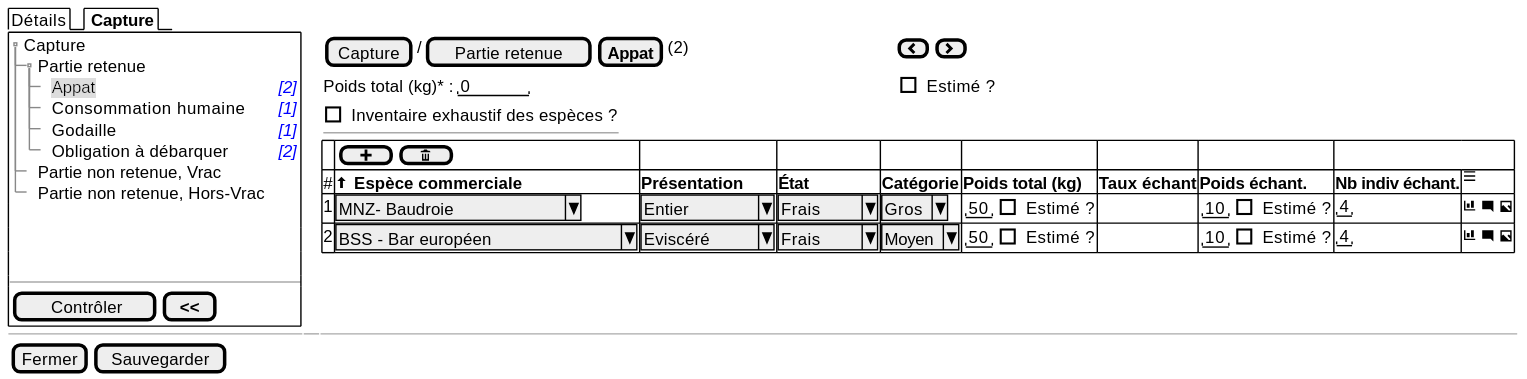
sumaris-net/sumaris-doc keeps this PlantUML diagram as projects/obsmer/spe/images/batch/batch-tree-PR-BAI.svg. Above is the earlier version. Its source is kept beside it as projects/obsmer/spe/images/batch/batch-tree-PR-BAI.puml.
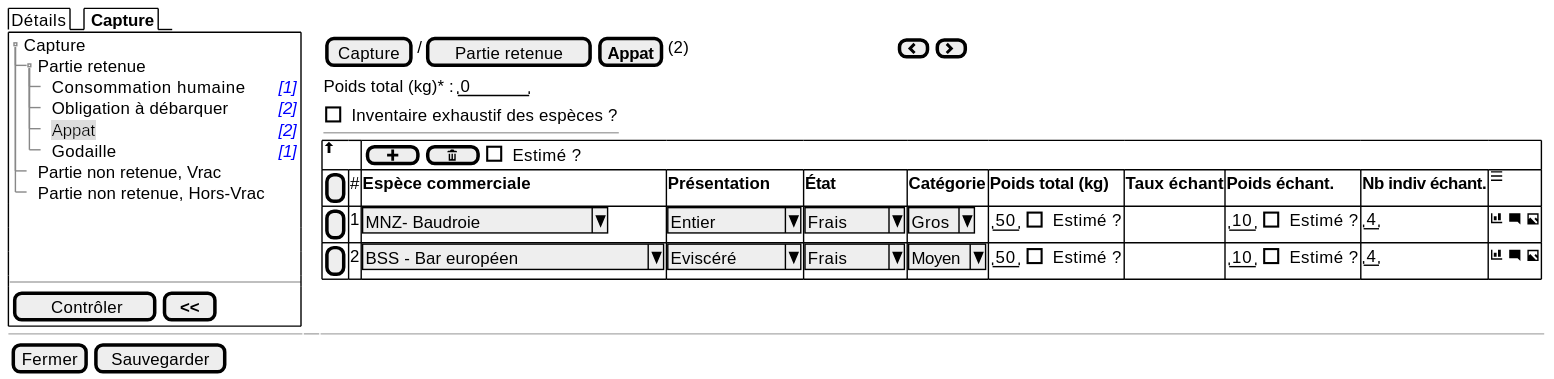
Later version of the same file.

Change to the diagram source:
```diff
@@ -5,10 +5,10 @@
    {T
        + Capture
        ++ Partie retenue
+       +++ Consommation humaine | <i><color:blue>[1]
+       +++ Obligation à débarquer| <i><color:blue>[2]
        +++ <back:#DDD>Appat | <i><color:blue>[2]
-       +++ Consommation humaine | <i><color:blue>[1]
        +++ Godaille | <i><color:blue>[1]
-       +++ Obligation à débarquer| <i><color:blue>[2]
        ++ Partie non retenue, Vrac
        ++ Partie non retenue, Hors-Vrac
    }
@@ -22,7 +22,7 @@
   } | . | {
     { [Capture] | / | [Partie retenue] | [<b>Appat]| (2) | . | . | . | . | . | . | . | . | . | . | . | . | . | . | . | . | . | . | . | . | . | . | . | . | . | . | . | . | . |  { [<&chevron-left>] | [<&chevron-right>] }}
 
-    {Poids total (kg)* : | " 0    " | . | . | . | . | . | . | . | . | . | . | . | . | . | . | . | . | . | . | . | . | . | . | . | . | . | . | . | . | . | . | . | . | . | . | . | . | . | . | . | . | . | . | . | . |. |. |. |. |. |. |. |. | [ ] Estimé ?}
+    {Poids total (kg)* : | " 0    " }
 
     { [ ] Inventaire exhaustif des espèces ?
     ---
@@ -30,10 +30,10 @@
 
 
     {#
-          . | {[ <&plus> ] | [ <&trash> ] } | . | . | . | . | . | .
-          # | <&arrow-thick-top> <b>Espèce commerciale  | <b>Présentation | <b>État | <b>Catégorie | <b>Poids total (kg)     |  <b>Taux échant  | <b>Poids échant. | <b>Nb indiv échant. | <&menu>
-          1 | ^MNZ- Baudroie       ^ | ^ Entier   ^ | ^ Frais ^ | ^Gros^ | { "50" | [ ] Estimé ? } | .   |   { "10" | [ ] Estimé ? }          | "4" | <&bar-chart> <&comment-square> <&image>
-          2 | ^BSS - Bar européen       ^ | ^ Eviscéré ^ | ^ Frais ^ | ^Moyen^ | { "50" | [ ] Estimé ? } | .   |   { "10" | [ ] Estimé ? }          | "4" | <&bar-chart> <&comment-square> <&image>
+          <&arrow-thick-top> | *  | {[ <&plus> ] | [ <&trash> ] | [ ] Estimé ? } | * | * | * | * | * | * | * | *
+          [ ] |# |  <b>Espèce commerciale  | <b>Présentation | <b>État | <b>Catégorie | <b>Poids total (kg)     |  <b>Taux échant  | <b>Poids échant. | <b>Nb indiv échant. | <&menu>
+          [ ] |1 | ^MNZ- Baudroie       ^ | ^ Entier   ^ | ^ Frais ^ | ^Gros^ | { "50" | [ ] Estimé ? } | .   |   { "10" | [ ] Estimé ? }          | "4" | <&bar-chart> <&comment-square> <&image>
+          [ ] |2 | ^BSS - Bar européen       ^ | ^ Eviscéré ^ | ^ Frais ^ | ^Moyen^ | { "50" | [ ] Estimé ? } | .   |   { "10" | [ ] Estimé ? }          | "4" | <&bar-chart> <&comment-square> <&image>
         }
   }
 
```
